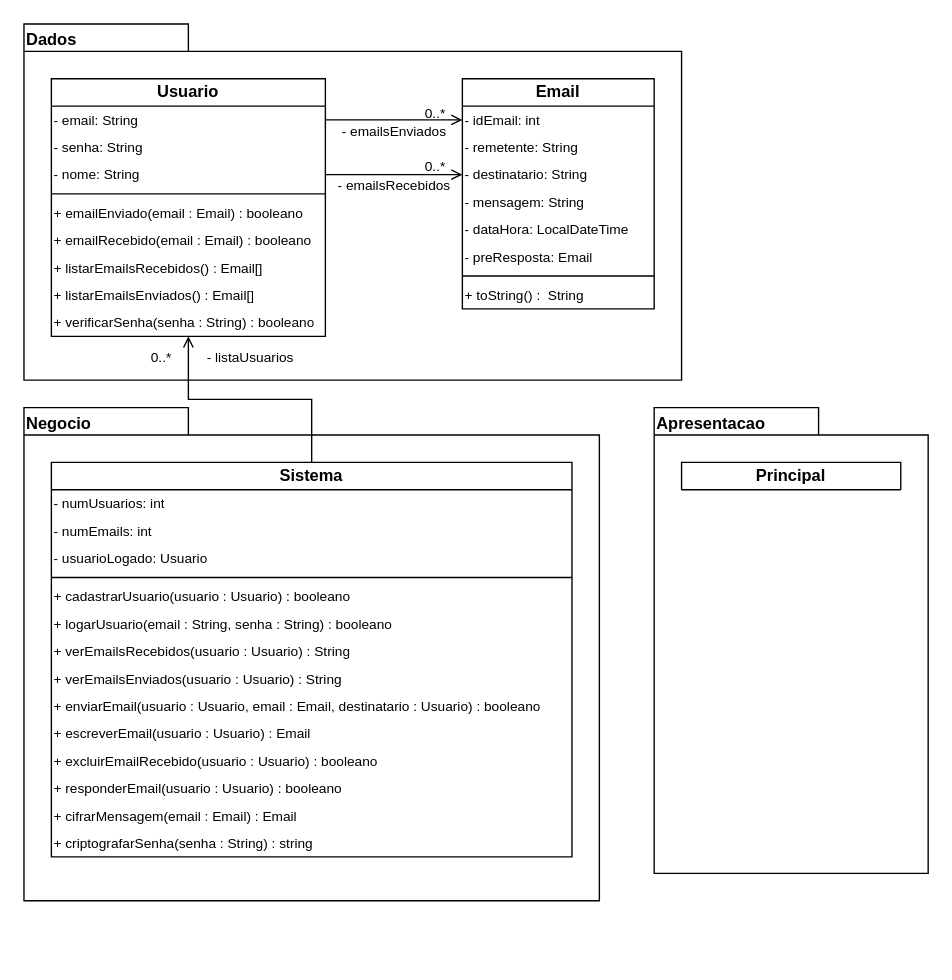
The draw.io diagram TF/Modelo de Classe TF1.drawio in JoaoVargas/2023.2.POO, before the edit. Source tidied: cells renumbered, new cells numbered last; positions are measured from the earlier drawing's top-left corner, leaving out a move shared by most shapes. Both pictures are drawn from the tidied source at 137%, with x=0, y=0 at pixel (23, 23).
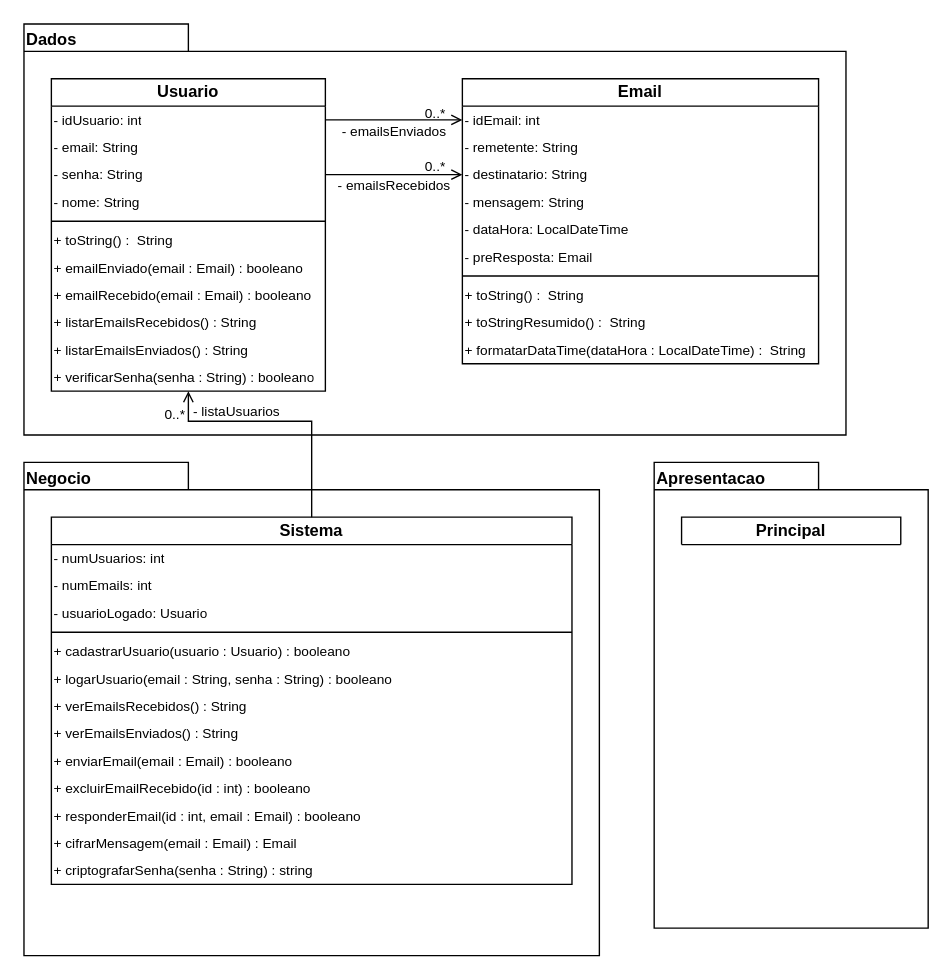
Above is the later version.

The edit, as a diff of the source:
```diff
@@
     <mxCell id="2" value="Dados" style="shape=folder;fontStyle=1;spacingTop=0;tabWidth=120;tabHeight=20;tabPosition=left;html=1;whiteSpace=wrap;align=left;verticalAlign=top;labelPosition=center;verticalLabelPosition=middle;horizontal=1;spacing=0;spacingLeft=2;fillColor=none;rounded=0;" parent="1" vertex="1">
-      <mxGeometry width="480" height="260" as="geometry" />
+      <mxGeometry width="600" height="300" as="geometry" />
     </mxCell>
@@
     <mxCell id="5" value="&lt;div&gt;Negocio&lt;/div&gt;" style="shape=folder;fontStyle=1;spacingTop=0;tabWidth=120;tabHeight=20;tabPosition=left;html=1;whiteSpace=wrap;align=left;verticalAlign=top;labelPosition=center;verticalLabelPosition=middle;horizontal=1;spacing=0;spacingLeft=2;fillColor=none;rounded=0;" parent="1" vertex="1">
-      <mxGeometry y="280" width="420" height="360" as="geometry" />
+      <mxGeometry y="320" width="420" height="360" as="geometry" />
     </mxCell>
     <mxCell id="6" value="Apresentacao" style="shape=folder;fontStyle=1;spacingTop=0;tabWidth=120;tabHeight=20;tabPosition=left;html=1;whiteSpace=wrap;align=left;verticalAlign=top;labelPosition=center;verticalLabelPosition=middle;horizontal=1;spacing=0;spacingLeft=2;fillColor=none;rounded=0;" parent="1" vertex="1">
-      <mxGeometry x="460" y="280" width="200" height="340" as="geometry" />
+      <mxGeometry x="460" y="320" width="200" height="340" as="geometry" />
     </mxCell>
     <mxCell id="7" style="edgeStyle=orthogonalEdgeStyle;rounded=0;jettySize=auto;html=1;exitX=0.5;exitY=1;exitDx=0;exitDy=0;entryX=0.5;entryY=0;entryDx=0;entryDy=0;endArrow=none;endFill=0;startArrow=open;startFill=0;" parent="1" edge="1" source="8" target="28">
-      <mxGeometry relative="1" as="geometry" />
+      <mxGeometry relative="1" as="geometry">
+        <Array as="points">
+          <mxPoint x="120" y="290" />
+          <mxPoint x="210" y="290" />
+        </Array>
+      </mxGeometry>
     </mxCell>
     <mxCell id="8" value="&lt;b&gt;Usuario&lt;/b&gt;" style="swimlane;fontStyle=0;horizontal=1;startSize=20;fillColor=none;whiteSpace=wrap;html=1;rounded=0;" parent="1" vertex="1">
-      <mxGeometry x="20" y="40" width="200" height="188" as="geometry" />
+      <mxGeometry x="20" y="40" width="200" height="228" as="geometry" />
     </mxCell>
+    <mxCell id="49" value="&lt;div style=&quot;font-size: 10px;&quot;&gt;- idUsuario: int&lt;/div&gt;" style="text;strokeColor=none;fillColor=none;align=left;verticalAlign=middle;spacingLeft=2;spacingRight=2;overflow=hidden;points=[[0,0.5],[1,0.5]];portConstraint=eastwest;whiteSpace=wrap;html=1;spacing=0;fontSize=10;rounded=0;" parent="8" vertex="1">
+      <mxGeometry y="20" width="200" height="20" as="geometry" />
+    </mxCell>
     <mxCell id="9" value="&lt;div style=&quot;font-size: 10px;&quot;&gt;- email: String&lt;/div&gt;" style="text;strokeColor=none;fillColor=none;align=left;verticalAlign=middle;spacingLeft=2;spacingRight=2;overflow=hidden;points=[[0,0.5],[1,0.5]];portConstraint=eastwest;whiteSpace=wrap;html=1;spacing=0;fontSize=10;rounded=0;" parent="8" vertex="1">
-      <mxGeometry y="20" width="200" height="20" as="geometry" />
+      <mxGeometry y="40" width="200" height="20" as="geometry" />
     </mxCell>
     <mxCell id="10" value="&lt;div style=&quot;font-size: 10px;&quot;&gt;- senha: String&lt;/div&gt;" style="text;strokeColor=none;fillColor=none;align=left;verticalAlign=middle;spacingLeft=2;spacingRight=2;overflow=hidden;points=[[0,0.5],[1,0.5]];portConstraint=eastwest;whiteSpace=wrap;html=1;spacing=0;fontSize=10;rounded=0;" parent="8" vertex="1">
-      <mxGeometry y="40" width="200" height="20" as="geometry" />
+      <mxGeometry y="60" width="200" height="20" as="geometry" />
     </mxCell>
     <mxCell id="11" value="&lt;div style=&quot;font-size: 10px;&quot;&gt;- nome: String&lt;/div&gt;" style="text;strokeColor=none;fillColor=none;align=left;verticalAlign=middle;spacingLeft=2;spacingRight=2;overflow=hidden;points=[[0,0.5],[1,0.5]];portConstraint=eastwest;whiteSpace=wrap;html=1;spacing=0;fontSize=10;rounded=0;" parent="8" vertex="1">
-      <mxGeometry y="60" width="200" height="20" as="geometry" />
+      <mxGeometry y="80" width="200" height="20" as="geometry" />
     </mxCell>
     <mxCell id="12" style="line;strokeWidth=1;fillColor=none;align=left;verticalAlign=middle;spacingTop=-1;spacingLeft=3;spacingRight=3;labelPosition=right;strokeColor=inherit;rounded=0;" parent="8" vertex="1">
-      <mxGeometry y="80" width="200" height="8" as="geometry" />
+      <mxGeometry y="100" width="200" height="8" as="geometry" />
     </mxCell>
+    <mxCell id="50" value="&lt;div style=&quot;font-size: 10px;&quot;&gt;+ toString() :&amp;nbsp; String&lt;br&gt;&lt;/div&gt;" style="text;strokeColor=none;fillColor=none;align=left;verticalAlign=middle;spacingLeft=2;spacingRight=2;overflow=hidden;whiteSpace=wrap;html=1;spacing=0;fontSize=10;rounded=0;" parent="8" vertex="1">
+      <mxGeometry y="108" width="200" height="20" as="geometry" />
+    </mxCell>
     <mxCell id="13" value="&lt;div style=&quot;font-size: 10px;&quot;&gt;+ emailEnviado(email : Email) : booleano&lt;br&gt;&lt;/div&gt;" style="text;strokeColor=none;fillColor=none;align=left;verticalAlign=middle;spacingLeft=2;spacingRight=2;overflow=hidden;whiteSpace=wrap;html=1;spacing=0;fontSize=10;rounded=0;" parent="8" vertex="1">
-      <mxGeometry y="88" width="200" height="20" as="geometry" />
+      <mxGeometry y="128" width="200" height="20" as="geometry" />
     </mxCell>
     <mxCell id="14" value="&lt;div style=&quot;font-size: 10px;&quot;&gt;+ emailRecebido(email : Email) : booleano&lt;br&gt;&lt;/div&gt;" style="text;strokeColor=none;fillColor=none;align=left;verticalAlign=middle;spacingLeft=2;spacingRight=2;overflow=hidden;whiteSpace=wrap;html=1;spacing=0;fontSize=10;rounded=0;" parent="8" vertex="1">
-      <mxGeometry y="108" width="200" height="20" as="geometry" />
+      <mxGeometry y="148" width="200" height="20" as="geometry" />
     </mxCell>
-    <mxCell id="15" value="&lt;div style=&quot;font-size: 10px;&quot;&gt;+ listarEmailsRecebidos() : Email[]&lt;br&gt;&lt;/div&gt;" style="text;strokeColor=none;fillColor=none;align=left;verticalAlign=middle;spacingLeft=2;spacingRight=2;overflow=hidden;whiteSpace=wrap;html=1;spacing=0;fontSize=10;rounded=0;" parent="8" vertex="1">
-      <mxGeometry y="128" width="200" height="20" as="geometry" />
+    <mxCell id="15" value="&lt;div style=&quot;font-size: 10px;&quot;&gt;+ listarEmailsRecebidos() : String&lt;br&gt;&lt;/div&gt;" style="text;strokeColor=none;fillColor=none;align=left;verticalAlign=middle;spacingLeft=2;spacingRight=2;overflow=hidden;whiteSpace=wrap;html=1;spacing=0;fontSize=10;rounded=0;" parent="8" vertex="1">
+      <mxGeometry y="168" width="200" height="20" as="geometry" />
     </mxCell>
-    <mxCell id="16" value="&lt;div style=&quot;font-size: 10px;&quot;&gt;+ listarEmailsEnviados() : Email[]&lt;br&gt;&lt;/div&gt;" style="text;strokeColor=none;fillColor=none;align=left;verticalAlign=middle;spacingLeft=2;spacingRight=2;overflow=hidden;whiteSpace=wrap;html=1;spacing=0;fontSize=10;rounded=0;" parent="8" vertex="1">
-      <mxGeometry y="148" width="200" height="20" as="geometry" />
+    <mxCell id="16" value="&lt;div style=&quot;font-size: 10px;&quot;&gt;+ listarEmailsEnviados() : String&lt;br&gt;&lt;/div&gt;" style="text;strokeColor=none;fillColor=none;align=left;verticalAlign=middle;spacingLeft=2;spacingRight=2;overflow=hidden;whiteSpace=wrap;html=1;spacing=0;fontSize=10;rounded=0;" parent="8" vertex="1">
+      <mxGeometry y="188" width="200" height="20" as="geometry" />
     </mxCell>
     <mxCell id="17" value="&lt;div style=&quot;font-size: 10px;&quot;&gt;+ verificarSenha(senha : String) : booleano&lt;br&gt;&lt;/div&gt;" style="text;strokeColor=none;fillColor=none;align=left;verticalAlign=middle;spacingLeft=2;spacingRight=2;overflow=hidden;whiteSpace=wrap;html=1;spacing=0;fontSize=10;rounded=0;" parent="8" vertex="1">
-      <mxGeometry y="168" width="200" height="20" as="geometry" />
+      <mxGeometry y="208" width="200" height="20" as="geometry" />
     </mxCell>
     <mxCell id="18" value="&lt;b&gt;Email&lt;/b&gt;" style="swimlane;fontStyle=0;horizontal=1;startSize=20;fillColor=none;whiteSpace=wrap;html=1;rounded=0;" parent="1" vertex="1">
-      <mxGeometry x="320" y="40" width="140" height="168" as="geometry" />
+      <mxGeometry x="320" y="40" width="260" height="208" as="geometry" />
     </mxCell>
     <mxCell id="19" value="&lt;div style=&quot;font-size: 10px;&quot;&gt;- idEmail: int&lt;/div&gt;" style="text;strokeColor=none;fillColor=none;align=left;verticalAlign=middle;spacingLeft=2;spacingRight=2;overflow=hidden;points=[[0,0.5],[1,0.5]];portConstraint=eastwest;whiteSpace=wrap;html=1;spacing=0;fontSize=10;rounded=0;" parent="18" vertex="1">
-      <mxGeometry y="20" width="140" height="20" as="geometry" />
+      <mxGeometry y="20" width="260" height="20" as="geometry" />
     </mxCell>
     <mxCell id="20" value="&lt;div style=&quot;font-size: 10px;&quot;&gt;- remetente: String&lt;/div&gt;" style="text;strokeColor=none;fillColor=none;align=left;verticalAlign=middle;spacingLeft=2;spacingRight=2;overflow=hidden;whiteSpace=wrap;html=1;spacing=0;fontSize=10;rounded=0;" parent="18" vertex="1">
-      <mxGeometry y="40" width="140" height="20" as="geometry" />
+      <mxGeometry y="40" width="260" height="20" as="geometry" />
     </mxCell>
     <mxCell id="21" value="&lt;div style=&quot;font-size: 10px;&quot;&gt;- destinatario: String&lt;/div&gt;" style="text;strokeColor=none;fillColor=none;align=left;verticalAlign=middle;spacingLeft=2;spacingRight=2;overflow=hidden;points=[[0,0.5],[1,0.5]];portConstraint=eastwest;whiteSpace=wrap;html=1;spacing=0;fontSize=10;rounded=0;" parent="18" vertex="1">
-      <mxGeometry y="60" width="140" height="20" as="geometry" />
+      <mxGeometry y="60" width="260" height="20" as="geometry" />
     </mxCell>
     <mxCell id="22" value="&lt;div style=&quot;font-size: 10px;&quot;&gt;- mensagem: String&lt;/div&gt;" style="text;strokeColor=none;fillColor=none;align=left;verticalAlign=middle;spacingLeft=2;spacingRight=2;overflow=hidden;whiteSpace=wrap;html=1;spacing=0;fontSize=10;rounded=0;" parent="18" vertex="1">
-      <mxGeometry y="80" width="140" height="20" as="geometry" />
+      <mxGeometry y="80" width="260" height="20" as="geometry" />
     </mxCell>
     <mxCell id="23" value="&lt;div style=&quot;font-size: 10px;&quot;&gt;- dataHora: LocalDateTime&lt;/div&gt;" style="text;strokeColor=none;fillColor=none;align=left;verticalAlign=middle;spacingLeft=2;spacingRight=2;overflow=hidden;whiteSpace=wrap;html=1;spacing=0;fontSize=10;rounded=0;" parent="18" vertex="1">
-      <mxGeometry y="100" width="140" height="20" as="geometry" />
+      <mxGeometry y="100" width="260" height="20" as="geometry" />
     </mxCell>
     <mxCell id="24" value="&lt;div style=&quot;font-size: 10px;&quot;&gt;- preResposta: Email&lt;/div&gt;" style="text;strokeColor=none;fillColor=none;align=left;verticalAlign=middle;spacingLeft=2;spacingRight=2;overflow=hidden;whiteSpace=wrap;html=1;spacing=0;fontSize=10;rounded=0;" parent="18" vertex="1">
-      <mxGeometry y="120" width="140" height="20" as="geometry" />
+      <mxGeometry y="120" width="260" height="20" as="geometry" />
     </mxCell>
     <mxCell id="25" style="line;strokeWidth=1;fillColor=none;align=left;verticalAlign=middle;spacingTop=-1;spacingLeft=3;spacingRight=3;labelPosition=right;strokeColor=inherit;rounded=0;" parent="18" vertex="1">
-      <mxGeometry y="140" width="140" height="8" as="geometry" />
+      <mxGeometry y="140" width="260" height="8" as="geometry" />
     </mxCell>
+    <mxCell id="51" value="&lt;div style=&quot;font-size: 10px;&quot;&gt;+ toString() :&amp;nbsp; String&lt;br&gt;&lt;/div&gt;" style="text;strokeColor=none;fillColor=none;align=left;verticalAlign=middle;spacingLeft=2;spacingRight=2;overflow=hidden;whiteSpace=wrap;html=1;spacing=0;fontSize=10;rounded=0;" parent="18" vertex="1">
+      <mxGeometry y="148" width="260" height="20" as="geometry" />
+    </mxCell>
-    <mxCell id="26" value="&lt;div style=&quot;font-size: 10px;&quot;&gt;+ toString() :&amp;nbsp; String&lt;br&gt;&lt;/div&gt;" style="text;strokeColor=none;fillColor=none;align=left;verticalAlign=middle;spacingLeft=2;spacingRight=2;overflow=hidden;whiteSpace=wrap;html=1;spacing=0;fontSize=10;rounded=0;" parent="18" vertex="1">
-      <mxGeometry y="148" width="140" height="20" as="geometry" />
+    <mxCell id="26" value="&lt;div style=&quot;font-size: 10px;&quot;&gt;+ toStringResumido() :&amp;nbsp; String&lt;br&gt;&lt;/div&gt;" style="text;strokeColor=none;fillColor=none;align=left;verticalAlign=middle;spacingLeft=2;spacingRight=2;overflow=hidden;whiteSpace=wrap;html=1;spacing=0;fontSize=10;rounded=0;" parent="18" vertex="1">
+      <mxGeometry y="168" width="260" height="20" as="geometry" />
     </mxCell>
+    <mxCell id="52" value="&lt;div style=&quot;font-size: 10px;&quot;&gt;+ formatarDataTime(dataHora : LocalDateTime) :&amp;nbsp; String&lt;br&gt;&lt;/div&gt;" style="text;strokeColor=none;fillColor=none;align=left;verticalAlign=middle;spacingLeft=2;spacingRight=2;overflow=hidden;whiteSpace=wrap;html=1;spacing=0;fontSize=10;rounded=0;" parent="18" vertex="1">
+      <mxGeometry y="188" width="260" height="20" as="geometry" />
+    </mxCell>
     <mxCell id="27" value="&lt;b&gt;Principal&lt;/b&gt;" style="swimlane;fontStyle=0;horizontal=1;startSize=20;fillColor=none;whiteSpace=wrap;html=1;rounded=0;" parent="1" vertex="1" collapsed="1">
-      <mxGeometry x="480" y="320" width="160" height="20" as="geometry" />
+      <mxGeometry x="480" y="360" width="160" height="20" as="geometry" />
     </mxCell>
     <mxCell id="28" value="&lt;b&gt;Sistema&lt;/b&gt;" style="swimlane;fontStyle=0;horizontal=1;startSize=20;fillColor=none;whiteSpace=wrap;html=1;rounded=0;" parent="1" vertex="1">
-      <mxGeometry x="20" y="320" width="380" height="288" as="geometry" />
+      <mxGeometry x="20" y="360" width="380" height="268" as="geometry" />
     </mxCell>
@@
-    <mxCell id="35" value="&lt;div style=&quot;font-size: 10px;&quot;&gt;+ verEmailsRecebidos(usuario : Usuario) : String&lt;/div&gt;" style="text;strokeColor=none;fillColor=none;align=left;verticalAlign=middle;spacingLeft=2;spacingRight=2;overflow=hidden;whiteSpace=wrap;html=1;spacing=0;fontSize=10;rounded=0;" parent="28" vertex="1">
+    <mxCell id="35" value="&lt;div style=&quot;font-size: 10px;&quot;&gt;+ verEmailsRecebidos() : String&lt;/div&gt;" style="text;strokeColor=none;fillColor=none;align=left;verticalAlign=middle;spacingLeft=2;spacingRight=2;overflow=hidden;whiteSpace=wrap;html=1;spacing=0;fontSize=10;rounded=0;" parent="28" vertex="1">
       <mxGeometry y="128" width="380" height="20" as="geometry" />
     </mxCell>
-    <mxCell id="36" value="&lt;div style=&quot;font-size: 10px;&quot;&gt;+ verEmailsEnviados(usuario : Usuario) : String&lt;br&gt;&lt;/div&gt;" style="text;strokeColor=none;fillColor=none;align=left;verticalAlign=middle;spacingLeft=2;spacingRight=2;overflow=hidden;whiteSpace=wrap;html=1;spacing=0;fontSize=10;rounded=0;" parent="28" vertex="1">
+    <mxCell id="36" value="&lt;div style=&quot;font-size: 10px;&quot;&gt;+ verEmailsEnviados() : String&lt;br&gt;&lt;/div&gt;" style="text;strokeColor=none;fillColor=none;align=left;verticalAlign=middle;spacingLeft=2;spacingRight=2;overflow=hidden;whiteSpace=wrap;html=1;spacing=0;fontSize=10;rounded=0;" parent="28" vertex="1">
       <mxGeometry y="148" width="380" height="20" as="geometry" />
     </mxCell>
-    <mxCell id="37" value="&lt;div style=&quot;font-size: 10px;&quot;&gt;+ enviarEmail(usuario : Usuario, email : Email, destinatario : Usuario) : booleano&lt;br&gt;&lt;/div&gt;" style="text;strokeColor=none;fillColor=none;align=left;verticalAlign=middle;spacingLeft=2;spacingRight=2;overflow=hidden;whiteSpace=wrap;html=1;spacing=0;fontSize=10;rounded=0;" parent="28" vertex="1">
+    <mxCell id="37" value="&lt;div style=&quot;font-size: 10px;&quot;&gt;+ enviarEmail(email : Email) : booleano&lt;br&gt;&lt;/div&gt;" style="text;strokeColor=none;fillColor=none;align=left;verticalAlign=middle;spacingLeft=2;spacingRight=2;overflow=hidden;whiteSpace=wrap;html=1;spacing=0;fontSize=10;rounded=0;" parent="28" vertex="1">
       <mxGeometry y="168" width="380" height="20" as="geometry" />
     </mxCell>
-    <mxCell id="38" value="&lt;div style=&quot;font-size: 10px;&quot;&gt;+ escreverEmail(usuario : Usuario) : Email&lt;br&gt;&lt;/div&gt;" style="text;strokeColor=none;fillColor=none;align=left;verticalAlign=middle;spacingLeft=2;spacingRight=2;overflow=hidden;whiteSpace=wrap;html=1;spacing=0;fontSize=10;rounded=0;" parent="28" vertex="1">
-      <mxGeometry y="188" width="380" height="20" as="geometry" />
-    </mxCell>
-    <mxCell id="39" value="&lt;div style=&quot;font-size: 10px;&quot;&gt;+ excluirEmailRecebido(usuario : Usuario) : booleano&lt;br&gt;&lt;/div&gt;" style="text;strokeColor=none;fillColor=none;align=left;verticalAlign=middle;spacingLeft=2;spacingRight=2;overflow=hidden;whiteSpace=wrap;html=1;spacing=0;fontSize=10;rounded=0;" parent="28" vertex="1">
-      <mxGeometry y="208" width="380" height="20" as="geometry" />
+    <mxCell id="39" value="&lt;div style=&quot;font-size: 10px;&quot;&gt;+ excluirEmailRecebido(id : int) : booleano&lt;br&gt;&lt;/div&gt;" style="text;strokeColor=none;fillColor=none;align=left;verticalAlign=middle;spacingLeft=2;spacingRight=2;overflow=hidden;whiteSpace=wrap;html=1;spacing=0;fontSize=10;rounded=0;" parent="28" vertex="1">
+      <mxGeometry y="188" width="380" height="20" as="geometry" />
     </mxCell>
-    <mxCell id="40" value="&lt;div style=&quot;font-size: 10px;&quot;&gt;+ responderEmail(usuario : Usuario) : booleano&lt;br&gt;&lt;/div&gt;" style="text;strokeColor=none;fillColor=none;align=left;verticalAlign=middle;spacingLeft=2;spacingRight=2;overflow=hidden;whiteSpace=wrap;html=1;spacing=0;fontSize=10;rounded=0;" parent="28" vertex="1">
-      <mxGeometry y="228" width="380" height="20" as="geometry" />
+    <mxCell id="40" value="&lt;div style=&quot;font-size: 10px;&quot;&gt;+ responderEmail(id : int, email : Email) : booleano&lt;br&gt;&lt;/div&gt;" style="text;strokeColor=none;fillColor=none;align=left;verticalAlign=middle;spacingLeft=2;spacingRight=2;overflow=hidden;whiteSpace=wrap;html=1;spacing=0;fontSize=10;rounded=0;" parent="28" vertex="1">
+      <mxGeometry y="208" width="380" height="20" as="geometry" />
     </mxCell>
     <mxCell id="41" value="&lt;div style=&quot;font-size: 10px;&quot;&gt;+ cifrarMensagem(email : Email) : Email&lt;br&gt;&lt;/div&gt;" style="text;strokeColor=none;fillColor=none;align=left;verticalAlign=middle;spacingLeft=2;spacingRight=2;overflow=hidden;whiteSpace=wrap;html=1;spacing=0;fontSize=10;rounded=0;" parent="28" vertex="1">
-      <mxGeometry y="248" width="380" height="20" as="geometry" />
+      <mxGeometry y="228" width="380" height="20" as="geometry" />
     </mxCell>
     <mxCell id="42" value="&lt;div style=&quot;font-size: 10px;&quot;&gt;+ criptografarSenha(senha : String) : string&lt;br&gt;&lt;/div&gt;" style="text;strokeColor=none;fillColor=none;align=left;verticalAlign=middle;spacingLeft=2;spacingRight=2;overflow=hidden;whiteSpace=wrap;html=1;spacing=0;fontSize=10;rounded=0;" parent="28" vertex="1">
-      <mxGeometry y="268" width="380" height="20" as="geometry" />
+      <mxGeometry y="248" width="380" height="20" as="geometry" />
     </mxCell>
-    <mxCell id="43" style="edgeStyle=orthogonalEdgeStyle;rounded=0;jettySize=auto;html=1;exitX=0;exitY=0.5;exitDx=0;exitDy=0;entryX=1;entryY=0.5;entryDx=0;entryDy=0;startArrow=open;startFill=0;endArrow=none;endFill=0;" parent="1" edge="1" source="19" target="9">
+    <mxCell id="43" style="edgeStyle=orthogonalEdgeStyle;rounded=0;jettySize=auto;html=1;exitX=0;exitY=0.5;exitDx=0;exitDy=0;entryX=1;entryY=0.5;entryDx=0;entryDy=0;startArrow=open;startFill=0;endArrow=none;endFill=0;" parent="1" edge="1" source="19" target="49">
       <mxGeometry relative="1" as="geometry" />
     </mxCell>
@@
-    <mxCell id="45" style="edgeStyle=orthogonalEdgeStyle;rounded=0;jettySize=auto;html=1;exitX=0;exitY=0.5;exitDx=0;exitDy=0;entryX=1;entryY=0.5;entryDx=0;entryDy=0;endArrow=none;endFill=0;startArrow=open;startFill=0;" parent="1" edge="1" source="21" target="11">
+    <mxCell id="45" style="edgeStyle=orthogonalEdgeStyle;rounded=0;jettySize=auto;html=1;exitX=0;exitY=0.5;exitDx=0;exitDy=0;entryX=1;entryY=0.5;entryDx=0;entryDy=0;endArrow=none;endFill=0;startArrow=open;startFill=0;" parent="1" edge="1" source="21" target="10">
       <mxGeometry relative="1" as="geometry" />
     </mxCell>
@@
     <mxCell id="47" value="- listaUsuarios" style="text;html=1;align=center;verticalAlign=middle;strokeColor=none;fillColor=none;fontSize=10;" parent="1" vertex="1">
-      <mxGeometry x="120" y="228" width="90" height="30" as="geometry" />
+      <mxGeometry x="110" y="268" width="90" height="30" as="geometry" />
     </mxCell>
     <mxCell id="48" value="0..*" style="text;html=1;align=center;verticalAlign=middle;strokeColor=none;fillColor=none;fontSize=10;" parent="1" vertex="1">
-      <mxGeometry x="80" y="228" width="40" height="30" as="geometry" />
+      <mxGeometry x="90" y="270" width="40" height="30" as="geometry" />
     </mxCell>
```
